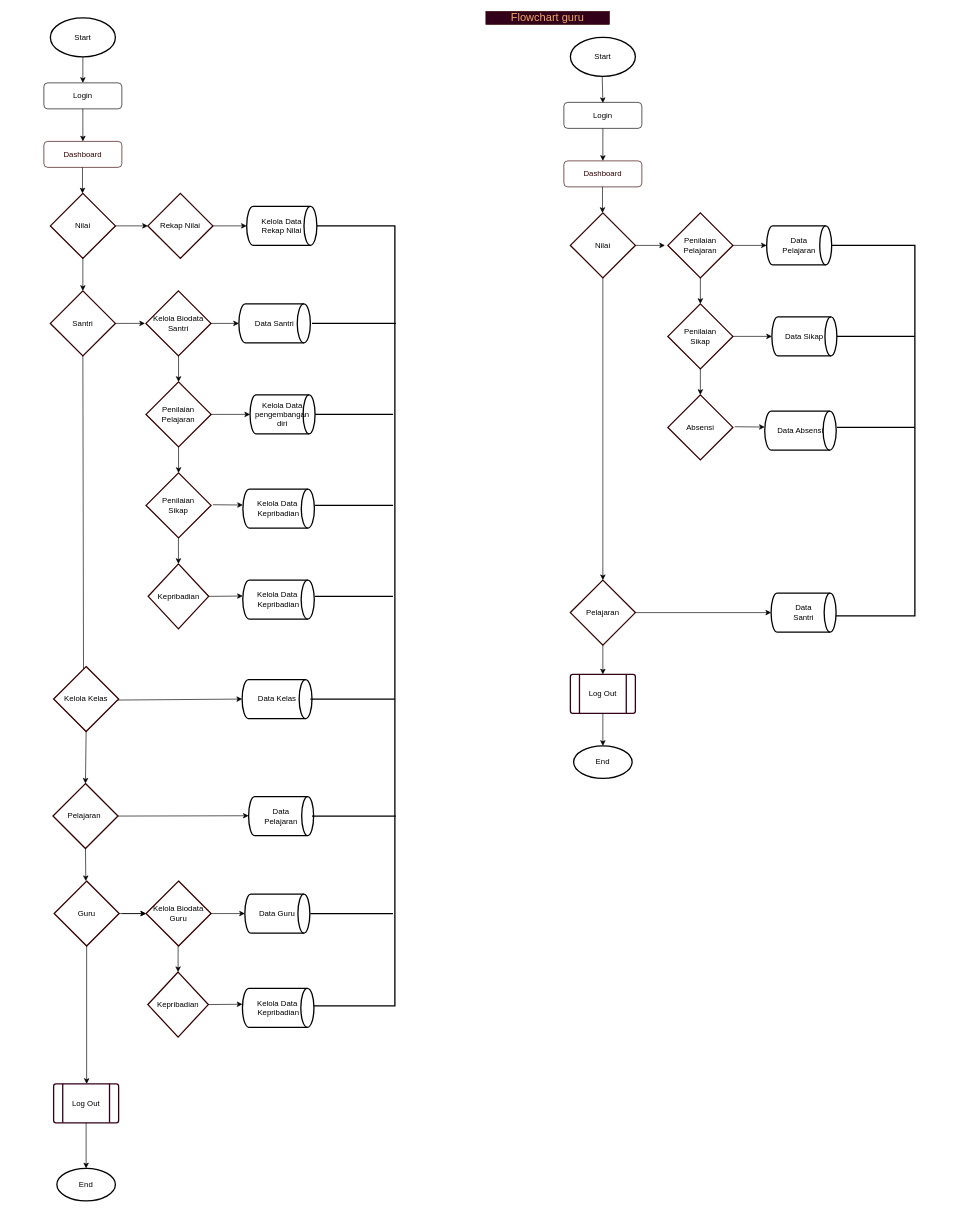
Earlier version of the draw.io diagram page "FC" (1 of 29) of draw.io/Proyek-3.drawio (Tugas-Proyek-Polindra/proyek-3). Source tidied: cells renumbered, new cells numbered last; positions are measured from the earlier drawing's top-left corner, leaving out a move shared by most shapes. Both pictures are drawn from the tidied source at 65%, with x=0, y=0 at pixel (11, 11).
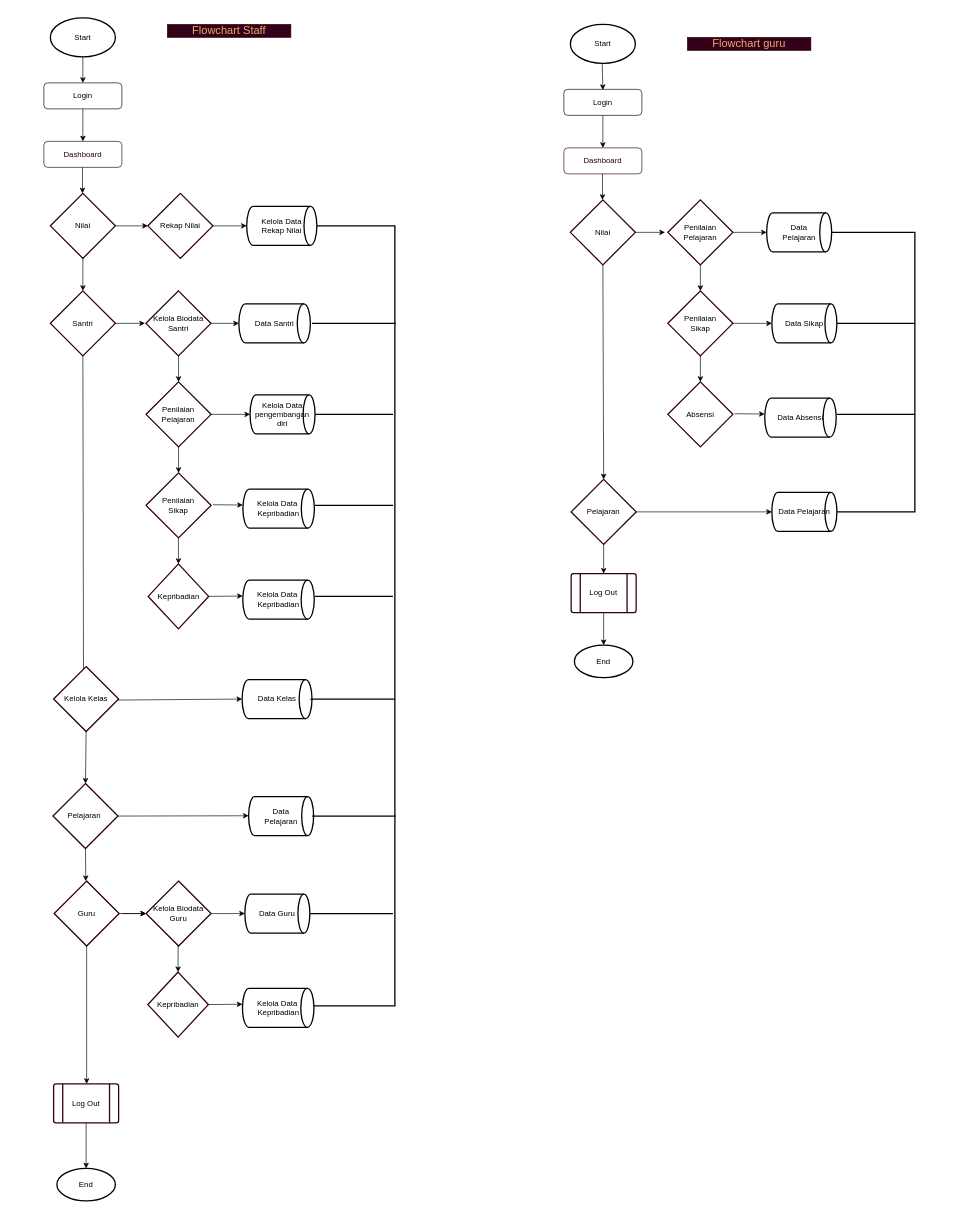
After the change.

Commit message (it also covers changes not shown here):
revisi fiks flowchart

The change refers to these unchanged cells:
```xml
<mxCell id="2" style="group;fontStyle=4;" parent="1" vertex="1">
  <mxGeometry y="10" width="617" height="1568" as="geometry" />
</mxCell>
<mxCell id="27" value="Guru" style="strokeWidth=2;html=1;shape=mxgraph.flowchart.decision;whiteSpace=wrap;fillColor=#FFFFFF;strokeColor=#330000;" parent="2" vertex="1">
  <mxGeometry x="65.8" y="1328" width="100" height="100" as="geometry" />
</mxCell>
```

The edit, as a diff of the source:
```diff
@@
+    <mxCell id="95" value="&lt;font color=&quot;#f0aa69&quot;&gt;&lt;span style=&quot;font-size: 17px&quot;&gt;Flowchart Staff&lt;/span&gt;&lt;/font&gt;" style="text;html=1;align=center;verticalAlign=middle;whiteSpace=wrap;rounded=0;fontColor=#333333;strokeColor=#330000;fillColor=#33001A;" parent="2" vertex="1">
+      <mxGeometry x="240" y="10" width="190" height="20" as="geometry" />
+    </mxCell>
@@
-    <mxCell id="59" style="group;fontStyle=4;" parent="1" vertex="1">
-      <mxGeometry x="800" y="40" width="640" height="1510" as="geometry" />
-    </mxCell>
+    <mxCell id="91" value="Log Out" style="verticalLabelPosition=middle;verticalAlign=middle;html=1;shape=process;whiteSpace=wrap;rounded=1;size=0.14;arcSize=6;strokeColor=#33001A;strokeWidth=2;fillColor=#FFFFFF;fontColor=none;labelPosition=center;align=center;" parent="1" vertex="1">
+      <mxGeometry x="65" y="1650" width="100" height="60" as="geometry" />
+    </mxCell>
+    <mxCell id="92" style="endArrow=classic;html=1;exitX=0.5;exitY=1;exitDx=0;exitDy=0;exitPerimeter=0;entryX=0.508;entryY=0;entryDx=0;entryDy=0;entryPerimeter=0;" parent="1" edge="1" source="27" target="91">
+      <mxGeometry relative="1" as="geometry" />
+    </mxCell>
+    <mxCell id="93" value="End" style="strokeWidth=2;html=1;shape=mxgraph.flowchart.start_2;whiteSpace=wrap;fillColor=#FFFFFF;fontColor=none;" parent="1" vertex="1">
+      <mxGeometry x="70" y="1780" width="90" height="50" as="geometry" />
+    </mxCell>
+    <mxCell id="94" style="endArrow=classic;html=1;exitX=0.5;exitY=1;exitDx=0;exitDy=0;" parent="1" edge="1" source="91">
+      <mxGeometry relative="1" as="geometry">
+        <mxPoint x="115" y="1780" as="targetPoint" />
+      </mxGeometry>
+    </mxCell>
-    <mxCell id="60" value="Login" style="rounded=1;whiteSpace=wrap;html=1;fontSize=12;glass=0;strokeWidth=1;shadow=0;" parent="59" vertex="1">
-      <mxGeometry x="50" y="100" width="120" height="40" as="geometry" />
+    <mxCell id="60" value="Login" style="rounded=1;whiteSpace=wrap;html=1;fontSize=12;glass=0;strokeWidth=1;shadow=0;" parent="1" vertex="1">
+      <mxGeometry x="850" y="120" width="120" height="40" as="geometry" />
     </mxCell>
-    <mxCell id="61" value="Start" style="strokeWidth=2;html=1;shape=mxgraph.flowchart.start_1;whiteSpace=wrap;" parent="59" vertex="1">
-      <mxGeometry x="60" width="100" height="60" as="geometry" />
+    <mxCell id="61" value="Start" style="strokeWidth=2;html=1;shape=mxgraph.flowchart.start_1;whiteSpace=wrap;" parent="1" vertex="1">
+      <mxGeometry x="860" y="20" width="100" height="60" as="geometry" />
     </mxCell>
-    <mxCell id="62" style="endArrow=classic;html=1;exitX=0.5;exitY=1;exitDx=0;exitDy=0;exitPerimeter=0;entryX=0.5;entryY=0;entryDx=0;entryDy=0;entryPerimeter=0;" parent="59" edge="1" source="67" target="84">
+    <mxCell id="62" style="endArrow=classic;html=1;exitX=0.5;exitY=1;exitDx=0;exitDy=0;exitPerimeter=0;entryX=0.5;entryY=0;entryDx=0;entryDy=0;entryPerimeter=0;" parent="1" edge="1" source="67" target="84">
       <mxGeometry relative="1" as="geometry" />
     </mxCell>
-    <mxCell id="63" value="Dashboard" style="rounded=1;whiteSpace=wrap;html=1;fontSize=12;glass=0;strokeWidth=1;shadow=0;fontColor=#330000;strokeColor=#330000;" parent="59" vertex="1">
-      <mxGeometry x="50" y="190" width="120" height="40" as="geometry" />
+    <mxCell id="63" value="Dashboard" style="rounded=1;whiteSpace=wrap;html=1;fontSize=12;glass=0;strokeWidth=1;shadow=0;fontColor=#330000;strokeColor=#330000;" parent="1" vertex="1">
+      <mxGeometry x="850" y="210" width="120" height="40" as="geometry" />
     </mxCell>
-    <mxCell id="64" value="Penilaian Pelajaran" style="strokeWidth=2;html=1;shape=mxgraph.flowchart.decision;whiteSpace=wrap;fillColor=#FFFFFF;strokeColor=#330000;" parent="59" vertex="1">
-      <mxGeometry x="210" y="270" width="100" height="100" as="geometry" />
+    <mxCell id="64" value="Penilaian Pelajaran" style="strokeWidth=2;html=1;shape=mxgraph.flowchart.decision;whiteSpace=wrap;fillColor=#FFFFFF;strokeColor=#330000;" parent="1" vertex="1">
+      <mxGeometry x="1010" y="290" width="100" height="100" as="geometry" />
     </mxCell>
-    <mxCell id="65" style="endArrow=classic;html=1;" parent="59" edge="1">
+    <mxCell id="65" style="endArrow=classic;html=1;" parent="1" edge="1">
       <mxGeometry relative="1" as="geometry">
-        <mxPoint x="109.4" y="230" as="sourcePoint" />
-        <mxPoint x="109.4" y="270" as="targetPoint" />
+        <mxPoint x="909.4" y="250" as="sourcePoint" />
+        <mxPoint x="909.4" y="290" as="targetPoint" />
       </mxGeometry>
     </mxCell>
-    <mxCell id="66" style="strokeWidth=2;html=1;shape=mxgraph.flowchart.annotation_1;align=left;fillColor=#FFFFFF;fontColor=none;direction=west;" parent="59" vertex="1">
-      <mxGeometry x="460" y="320" width="130" height="570" as="geometry" />
+    <mxCell id="66" style="strokeWidth=2;html=1;shape=mxgraph.flowchart.annotation_1;align=left;fillColor=#FFFFFF;fontColor=none;direction=west;" parent="1" vertex="1">
+      <mxGeometry x="1260" y="340" width="130" height="430" as="geometry" />
     </mxCell>
-    <mxCell id="67" value="Nilai" style="strokeWidth=2;html=1;shape=mxgraph.flowchart.decision;whiteSpace=wrap;fillColor=#FFFFFF;strokeColor=#330000;" parent="59" vertex="1">
-      <mxGeometry x="60" y="270" width="100" height="100" as="geometry" />
+    <mxCell id="67" value="Nilai" style="strokeWidth=2;html=1;shape=mxgraph.flowchart.decision;whiteSpace=wrap;fillColor=#FFFFFF;strokeColor=#330000;" parent="1" vertex="1">
+      <mxGeometry x="860" y="290" width="100" height="100" as="geometry" />
     </mxCell>
-    <mxCell id="68" style="endArrow=classic;html=1;exitX=1;exitY=0.5;exitDx=0;exitDy=0;exitPerimeter=0;" parent="59" edge="1">
+    <mxCell id="68" style="endArrow=classic;html=1;exitX=1;exitY=0.5;exitDx=0;exitDy=0;exitPerimeter=0;" parent="1" edge="1">
       <mxGeometry relative="1" as="geometry">
-        <mxPoint x="160" y="320" as="sourcePoint" />
-        <mxPoint x="205.5" y="320" as="targetPoint" />
+        <mxPoint x="960" y="340" as="sourcePoint" />
+        <mxPoint x="1005.5" y="340" as="targetPoint" />
       </mxGeometry>
     </mxCell>
-    <mxCell id="69" style="endArrow=classic;html=1;exitX=1;exitY=0.5;exitDx=0;exitDy=0;exitPerimeter=0;entryX=0;entryY=0.5;entryDx=0;entryDy=0;entryPerimeter=0;" parent="59" edge="1" target="70">
+    <mxCell id="69" style="endArrow=classic;html=1;exitX=1;exitY=0.5;exitDx=0;exitDy=0;exitPerimeter=0;entryX=0;entryY=0.5;entryDx=0;entryDy=0;entryPerimeter=0;" parent="1" edge="1" target="70">
       <mxGeometry relative="1" as="geometry">
-        <mxPoint x="310" y="320" as="sourcePoint" />
+        <mxPoint x="1110" y="340" as="sourcePoint" />
       </mxGeometry>
     </mxCell>
-    <mxCell id="70" value="Data &lt;br&gt;Pelajaran" style="strokeWidth=2;html=1;shape=mxgraph.flowchart.direct_data;whiteSpace=wrap;fillColor=#FFFFFF;fontColor=none;" parent="59" vertex="1">
-      <mxGeometry x="362" y="290" width="100" height="60" as="geometry" />
+    <mxCell id="70" value="Data &lt;br&gt;Pelajaran" style="strokeWidth=2;html=1;shape=mxgraph.flowchart.direct_data;whiteSpace=wrap;fillColor=#FFFFFF;fontColor=none;" parent="1" vertex="1">
+      <mxGeometry x="1162" y="310" width="100" height="60" as="geometry" />
     </mxCell>
-    <mxCell id="71" style="endArrow=classic;html=1;exitX=0.5;exitY=1;exitDx=0;exitDy=0;entryX=0.5;entryY=0;entryDx=0;entryDy=0;" parent="59" edge="1" source="60" target="63">
+    <mxCell id="71" style="endArrow=classic;html=1;exitX=0.5;exitY=1;exitDx=0;exitDy=0;entryX=0.5;entryY=0;entryDx=0;entryDy=0;" parent="1" edge="1" source="60" target="63">
       <mxGeometry relative="1" as="geometry" />
     </mxCell>
-    <mxCell id="72" style="endArrow=classic;html=1;exitX=0.5;exitY=1;exitDx=0;exitDy=0;exitPerimeter=0;entryX=0.5;entryY=0;entryDx=0;entryDy=0;entryPerimeter=0;" parent="59" edge="1" target="73">
+    <mxCell id="72" style="endArrow=classic;html=1;exitX=0.5;exitY=1;exitDx=0;exitDy=0;exitPerimeter=0;entryX=0.5;entryY=0;entryDx=0;entryDy=0;entryPerimeter=0;" parent="1" edge="1" target="73">
       <mxGeometry relative="1" as="geometry">
-        <mxPoint x="260" y="370" as="sourcePoint" />
+        <mxPoint x="1060" y="390" as="sourcePoint" />
       </mxGeometry>
     </mxCell>
-    <mxCell id="73" value="&lt;span&gt;Penilaian&lt;/span&gt;&lt;br&gt;&lt;span&gt;Sikap&lt;/span&gt;" style="strokeWidth=2;html=1;shape=mxgraph.flowchart.decision;whiteSpace=wrap;fillColor=#FFFFFF;strokeColor=#330000;" parent="59" vertex="1">
-      <mxGeometry x="210" y="410" width="100" height="100" as="geometry" />
+    <mxCell id="73" value="&lt;span&gt;Penilaian&lt;/span&gt;&lt;br&gt;&lt;span&gt;Sikap&lt;/span&gt;" style="strokeWidth=2;html=1;shape=mxgraph.flowchart.decision;whiteSpace=wrap;fillColor=#FFFFFF;strokeColor=#330000;" parent="1" vertex="1">
+      <mxGeometry x="1010" y="430" width="100" height="100" as="geometry" />
     </mxCell>
-    <mxCell id="74" style="endArrow=classic;html=1;exitX=1;exitY=0.5;exitDx=0;exitDy=0;exitPerimeter=0;entryX=0;entryY=0.5;entryDx=0;entryDy=0;entryPerimeter=0;" parent="59" edge="1" source="73" target="75">
+    <mxCell id="74" style="endArrow=classic;html=1;exitX=1;exitY=0.5;exitDx=0;exitDy=0;exitPerimeter=0;entryX=0;entryY=0.5;entryDx=0;entryDy=0;entryPerimeter=0;" parent="1" edge="1" source="73" target="75">
       <mxGeometry relative="1" as="geometry" />
     </mxCell>
-    <mxCell id="75" value="Data Sikap" style="strokeWidth=2;html=1;shape=mxgraph.flowchart.direct_data;whiteSpace=wrap;fillColor=#FFFFFF;fontColor=none;" parent="59" vertex="1">
-      <mxGeometry x="370" y="430" width="100" height="60" as="geometry" />
+    <mxCell id="75" value="Data Sikap" style="strokeWidth=2;html=1;shape=mxgraph.flowchart.direct_data;whiteSpace=wrap;fillColor=#FFFFFF;fontColor=none;" parent="1" vertex="1">
+      <mxGeometry x="1170" y="450" width="100" height="60" as="geometry" />
     </mxCell>
-    <mxCell id="76" style="endArrow=classic;html=1;exitX=0.5;exitY=1;exitDx=0;exitDy=0;exitPerimeter=0;entryX=0.5;entryY=0;entryDx=0;entryDy=0;entryPerimeter=0;" parent="59" edge="1" source="73" target="77">
+    <mxCell id="76" style="endArrow=classic;html=1;exitX=0.5;exitY=1;exitDx=0;exitDy=0;exitPerimeter=0;entryX=0.5;entryY=0;entryDx=0;entryDy=0;entryPerimeter=0;" parent="1" edge="1" source="73" target="77">
       <mxGeometry relative="1" as="geometry" />
     </mxCell>
-    <mxCell id="77" value="Absensi" style="strokeWidth=2;html=1;shape=mxgraph.flowchart.decision;whiteSpace=wrap;fillColor=#FFFFFF;strokeColor=#330000;" parent="59" vertex="1">
-      <mxGeometry x="210" y="550" width="100" height="100" as="geometry" />
+    <mxCell id="77" value="Absensi" style="strokeWidth=2;html=1;shape=mxgraph.flowchart.decision;whiteSpace=wrap;fillColor=#FFFFFF;strokeColor=#330000;" parent="1" vertex="1">
+      <mxGeometry x="1010" y="570" width="100" height="100" as="geometry" />
     </mxCell>
-    <mxCell id="78" style="endArrow=classic;html=1;entryX=0;entryY=0.408;entryDx=0;entryDy=0;entryPerimeter=0;" parent="59" edge="1" target="79">
+    <mxCell id="78" style="endArrow=classic;html=1;entryX=0;entryY=0.408;entryDx=0;entryDy=0;entryPerimeter=0;" parent="1" edge="1" target="79">
       <mxGeometry relative="1" as="geometry">
-        <mxPoint x="312.8" y="599" as="sourcePoint" />
+        <mxPoint x="1112.8" y="619" as="sourcePoint" />
       </mxGeometry>
     </mxCell>
-    <mxCell id="79" value="Data Absensi" style="strokeWidth=2;html=1;shape=mxgraph.flowchart.direct_data;whiteSpace=wrap;fillColor=#FFFFFF;fontColor=none;" parent="59" vertex="1">
-      <mxGeometry x="359" y="575" width="110" height="60" as="geometry" />
+    <mxCell id="79" value="Data Absensi" style="strokeWidth=2;html=1;shape=mxgraph.flowchart.direct_data;whiteSpace=wrap;fillColor=#FFFFFF;fontColor=none;" parent="1" vertex="1">
+      <mxGeometry x="1159" y="595" width="110" height="60" as="geometry" />
     </mxCell>
-    <mxCell id="80" style="line;strokeWidth=2;direction=west;html=1;fillColor=#FFFFFF;fontColor=none;flipV=1;" parent="59" vertex="1">
-      <mxGeometry x="470" y="595" width="120" height="10" as="geometry" />
+    <mxCell id="80" style="line;strokeWidth=2;direction=west;html=1;fillColor=#FFFFFF;fontColor=none;flipV=1;" parent="1" vertex="1">
+      <mxGeometry x="1270" y="615" width="120" height="10" as="geometry" />
     </mxCell>
-    <mxCell id="81" style="line;strokeWidth=2;direction=west;html=1;fillColor=#FFFFFF;fontColor=none;flipV=1;" parent="59" vertex="1">
-      <mxGeometry x="470" y="455" width="120" height="10" as="geometry" />
+    <mxCell id="81" style="line;strokeWidth=2;direction=west;html=1;fillColor=#FFFFFF;fontColor=none;flipV=1;" parent="1" vertex="1">
+      <mxGeometry x="1270" y="475" width="120" height="10" as="geometry" />
     </mxCell>
-    <mxCell id="82" style="endArrow=classic;html=1;entryX=0;entryY=0.5;entryDx=0;entryDy=0;entryPerimeter=0;exitX=1;exitY=0.5;exitDx=0;exitDy=0;exitPerimeter=0;" parent="59" edge="1" source="84" target="83">
+    <mxCell id="82" style="endArrow=classic;html=1;entryX=0;entryY=0.5;entryDx=0;entryDy=0;entryPerimeter=0;exitX=1;exitY=0.5;exitDx=0;exitDy=0;exitPerimeter=0;" parent="1" edge="1" source="84" target="83">
       <mxGeometry relative="1" as="geometry" />
     </mxCell>
-    <mxCell id="83" value="Data &lt;br&gt;Santri" style="strokeWidth=2;html=1;shape=mxgraph.flowchart.direct_data;whiteSpace=wrap;fillColor=#FFFFFF;fontColor=none;" parent="59" vertex="1">
-      <mxGeometry x="368.8" y="855" width="100" height="60" as="geometry" />
+    <mxCell id="83" value="Data Pelajaran" style="strokeWidth=2;html=1;shape=mxgraph.flowchart.direct_data;whiteSpace=wrap;fillColor=#FFFFFF;fontColor=none;" parent="1" vertex="1">
+      <mxGeometry x="1170" y="740" width="100" height="60" as="geometry" />
     </mxCell>
-    <mxCell id="84" value="Pelajaran" style="strokeWidth=2;html=1;shape=mxgraph.flowchart.decision;whiteSpace=wrap;fillColor=#FFFFFF;strokeColor=#330000;" parent="59" vertex="1">
-      <mxGeometry x="60" y="835" width="100" height="100" as="geometry" />
+    <mxCell id="84" value="Pelajaran" style="strokeWidth=2;html=1;shape=mxgraph.flowchart.decision;whiteSpace=wrap;fillColor=#FFFFFF;strokeColor=#330000;" parent="1" vertex="1">
+      <mxGeometry x="861.2" y="720" width="100" height="100" as="geometry" />
     </mxCell>
-    <mxCell id="85" value="Log Out" style="verticalLabelPosition=middle;verticalAlign=middle;html=1;shape=process;whiteSpace=wrap;rounded=1;size=0.14;arcSize=6;strokeColor=#33001A;strokeWidth=2;fillColor=#FFFFFF;fontColor=none;labelPosition=center;align=center;" parent="59" vertex="1">
-      <mxGeometry x="60" y="980" width="100" height="60" as="geometry" />
+    <mxCell id="85" value="Log Out" style="verticalLabelPosition=middle;verticalAlign=middle;html=1;shape=process;whiteSpace=wrap;rounded=1;size=0.14;arcSize=6;strokeColor=#33001A;strokeWidth=2;fillColor=#FFFFFF;fontColor=none;labelPosition=center;align=center;" parent="1" vertex="1">
+      <mxGeometry x="861.2" y="865" width="100" height="60" as="geometry" />
     </mxCell>
-    <mxCell id="86" style="endArrow=classic;html=1;entryX=0.5;entryY=0;entryDx=0;entryDy=0;exitX=0.5;exitY=1;exitDx=0;exitDy=0;exitPerimeter=0;" parent="59" edge="1" source="84" target="85">
+    <mxCell id="86" style="endArrow=classic;html=1;entryX=0.5;entryY=0;entryDx=0;entryDy=0;exitX=0.5;exitY=1;exitDx=0;exitDy=0;exitPerimeter=0;" parent="1" edge="1" source="84" target="85">
       <mxGeometry relative="1" as="geometry" />
     </mxCell>
-    <mxCell id="87" value="End" style="strokeWidth=2;html=1;shape=mxgraph.flowchart.start_2;whiteSpace=wrap;fillColor=#FFFFFF;fontColor=none;" parent="59" vertex="1">
-      <mxGeometry x="65" y="1090" width="90" height="50" as="geometry" />
+    <mxCell id="87" value="End" style="strokeWidth=2;html=1;shape=mxgraph.flowchart.start_2;whiteSpace=wrap;fillColor=#FFFFFF;fontColor=none;" parent="1" vertex="1">
+      <mxGeometry x="866.2" y="975" width="90" height="50" as="geometry" />
     </mxCell>
-    <mxCell id="88" style="endArrow=classic;html=1;entryX=0.5;entryY=0;entryDx=0;entryDy=0;exitX=0.5;exitY=1;exitDx=0;exitDy=0;entryPerimeter=0;" parent="59" edge="1" source="85" target="87">
+    <mxCell id="88" style="endArrow=classic;html=1;entryX=0.5;entryY=0;entryDx=0;entryDy=0;exitX=0.5;exitY=1;exitDx=0;exitDy=0;entryPerimeter=0;" parent="1" edge="1" source="85" target="87">
       <mxGeometry relative="1" as="geometry" />
     </mxCell>
     <mxCell id="89" value="&lt;font color=&quot;#f0aa69&quot;&gt;&lt;span style=&quot;font-size: 17px&quot;&gt;Flowchart guru&lt;/span&gt;&lt;/font&gt;" style="text;html=1;align=center;verticalAlign=middle;whiteSpace=wrap;rounded=0;fontColor=#333333;strokeColor=#330000;fillColor=#33001A;" parent="1" vertex="1">
-      <mxGeometry x="730" width="190" height="20" as="geometry" />
+      <mxGeometry x="1040" y="40" width="190" height="20" as="geometry" />
     </mxCell>
     <mxCell id="90" style="endArrow=classic;html=1;entryX=0.425;entryY=0;entryDx=0;entryDy=0;entryPerimeter=0;" parent="1" edge="1">
       <mxGeometry relative="1" as="geometry">
-        <mxPoint x="909" y="101" as="sourcePoint" />
-        <mxPoint x="910" y="141" as="targetPoint" />
+        <mxPoint x="909" y="81" as="sourcePoint" />
+        <mxPoint x="910" y="121" as="targetPoint" />
       </mxGeometry>
     </mxCell>
-    <mxCell id="91" value="Log Out" style="verticalLabelPosition=middle;verticalAlign=middle;html=1;shape=process;whiteSpace=wrap;rounded=1;size=0.14;arcSize=6;strokeColor=#33001A;strokeWidth=2;fillColor=#FFFFFF;fontColor=none;labelPosition=center;align=center;" parent="1" vertex="1">
-      <mxGeometry x="65" y="1650" width="100" height="60" as="geometry" />
-    </mxCell>
-    <mxCell id="92" style="endArrow=classic;html=1;exitX=0.5;exitY=1;exitDx=0;exitDy=0;exitPerimeter=0;entryX=0.508;entryY=0;entryDx=0;entryDy=0;entryPerimeter=0;" parent="1" edge="1" source="27" target="91">
-      <mxGeometry relative="1" as="geometry" />
-    </mxCell>
-    <mxCell id="93" value="End" style="strokeWidth=2;html=1;shape=mxgraph.flowchart.start_2;whiteSpace=wrap;fillColor=#FFFFFF;fontColor=none;" parent="1" vertex="1">
-      <mxGeometry x="70" y="1780" width="90" height="50" as="geometry" />
-    </mxCell>
-    <mxCell id="94" style="endArrow=classic;html=1;exitX=0.5;exitY=1;exitDx=0;exitDy=0;" parent="1" edge="1" source="91">
-      <mxGeometry relative="1" as="geometry">
-        <mxPoint x="115" y="1780" as="targetPoint" />
-      </mxGeometry>
-    </mxCell>
```
